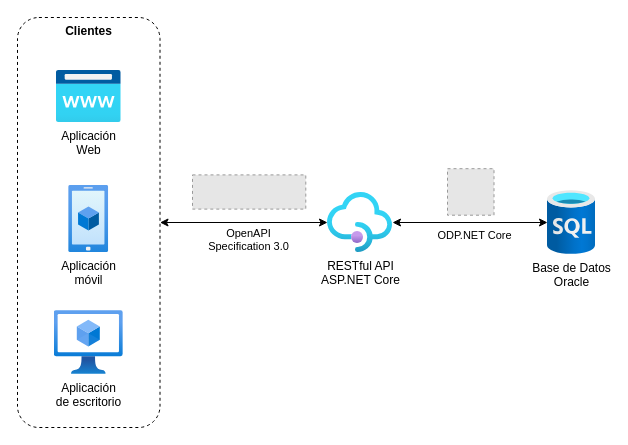
jtsoya539/risk keeps this draw.io diagram as docs/architecture/Risk.drawio. Above is the earlier version. Source tidied: cells renumbered, new cells numbered last; positions are measured from the earlier drawing's top-left corner, leaving out a move shared by most shapes. Both pictures are drawn from the tidied source at 100%, with x=0, y=0 at pixel (17, 17). Pictures stored in the file or linked from it are replaced by grey dashed boxes.
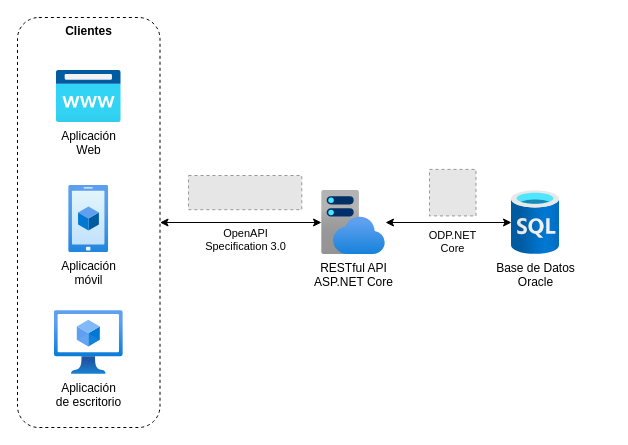
The same page after the edit.

Commit message (it also covers changes not shown here):
Ajustes en diagramas de arquitectura Agregar diagramas de arquitectura en docs

What changed in the source:
```diff
@@
 <mxGraphModel>
   <root>
     <mxCell id="0" />
     <mxCell id="1" parent="0" />
     <mxCell id="2" value="Clientes" style="rounded=1;whiteSpace=wrap;html=1;dashed=1;fillColor=none;verticalAlign=top;fontStyle=1;" parent="1" vertex="1">
       <mxGeometry width="142.5" height="410" as="geometry" />
     </mxCell>
     <mxCell id="3" value="Base de Datos&lt;br&gt;Oracle" style="html=1;points=[];align=center;image;fontSize=12;image=img/lib/azure2/databases/SQL_Database.svg;" parent="1" vertex="1">
-      <mxGeometry x="530" y="173" width="48" height="64" as="geometry" />
+      <mxGeometry x="494" y="173" width="48" height="64" as="geometry" />
     </mxCell>
-    <mxCell id="4" value="RESTful API&lt;br&gt;ASP.NET Core" style="html=1;points=[];align=center;image;fontSize=12;image=img/lib/azure2/app_services/API_Management_Services.svg;" parent="1" vertex="1">
-      <mxGeometry x="310" y="175" width="65" height="60" as="geometry" />
-    </mxCell>
     <mxCell id="5" value="Aplicación&lt;br&gt;móvil" style="html=1;align=center;image;fontSize=12;image=img/lib/azure2/general/Mobile.svg;" parent="1" vertex="1">
       <mxGeometry x="51.2" y="168" width="40" height="67" as="geometry" />
     </mxCell>
     <mxCell id="6" value="Aplicación&lt;br&gt;Web" style="html=1;align=center;image;fontSize=12;image=img/lib/azure2/app_services/App_Service_Domains.svg;" parent="1" vertex="1">
       <mxGeometry x="38.8" y="53" width="65" height="52" as="geometry" />
     </mxCell>
     <mxCell id="7" value="Aplicación&lt;br&gt;de escritorio" style="html=1;align=center;image;fontSize=12;image=img/lib/azure2/compute/Virtual_Machines_Classic.svg;" parent="1" vertex="1">
       <mxGeometry x="36.8" y="293" width="69" height="64" as="geometry" />
     </mxCell>
     <mxCell id="8" style="fillColor=#E6E6E6;strokeColor=#999999;dashed=1;verticalLabelPosition=bottom;labelBackgroundColor=#ffffff;verticalAlign=top;" parent="1" vertex="1">
-      <mxGeometry x="430" y="151.2" width="46.5" height="46.5" as="geometry" />
+      <mxGeometry x="412" y="151.9" width="46.5" height="46.5" as="geometry" />
     </mxCell>
     <mxCell id="9" style="fillColor=#E6E6E6;strokeColor=#999999;dashed=1;verticalLabelPosition=bottom;labelBackgroundColor=#ffffff;verticalAlign=top;" parent="1" vertex="1">
-      <mxGeometry x="175" y="157.4" width="113.3" height="34.2" as="geometry" />
+      <mxGeometry x="171" y="158" width="113.3" height="34.2" as="geometry" />
     </mxCell>
     <mxCell id="10" style="endArrow=classic;startArrow=classic;html=1;verticalAlign=bottom;" parent="1" edge="1" source="4" target="3">
       <mxGeometry relative="1" as="geometry" />
     </mxCell>
-    <mxCell id="11" value="ODP.NET Core" style="edgeLabel;html=1;align=center;verticalAlign=top;" parent="10" vertex="1">
+    <mxCell id="11" value="ODP.NET&lt;br&gt;Core" style="edgeLabel;html=1;align=center;verticalAlign=top;" parent="10" vertex="1">
       <mxGeometry x="0.05" relative="1" as="geometry" />
     </mxCell>
     <mxCell id="12" style="endArrow=classic;startArrow=classic;html=1;verticalAlign=bottom;" parent="1" edge="1" source="2" target="4">
       <mxGeometry relative="1" as="geometry" />
     </mxCell>
     <mxCell id="13" value="OpenAPI&lt;br&gt;Specification 3.0" style="edgeLabel;html=1;align=center;verticalAlign=top;" parent="12" vertex="1">
       <mxGeometry x="0.05" y="2" relative="1" as="geometry" />
     </mxCell>
+    <mxCell id="4" value="&lt;span style=&quot;font-size: 12px&quot;&gt;RESTful API&lt;br&gt;ASP.NET Core&lt;/span&gt;" style="html=1;points=[];align=center;image;fontSize=12;image=img/lib/azure2/app_services/App_Service_Plans.svg;" parent="1" vertex="1">
+      <mxGeometry x="304" y="173" width="64" height="64" as="geometry" />
+    </mxCell>
   </root>
 </mxGraphModel>
```
